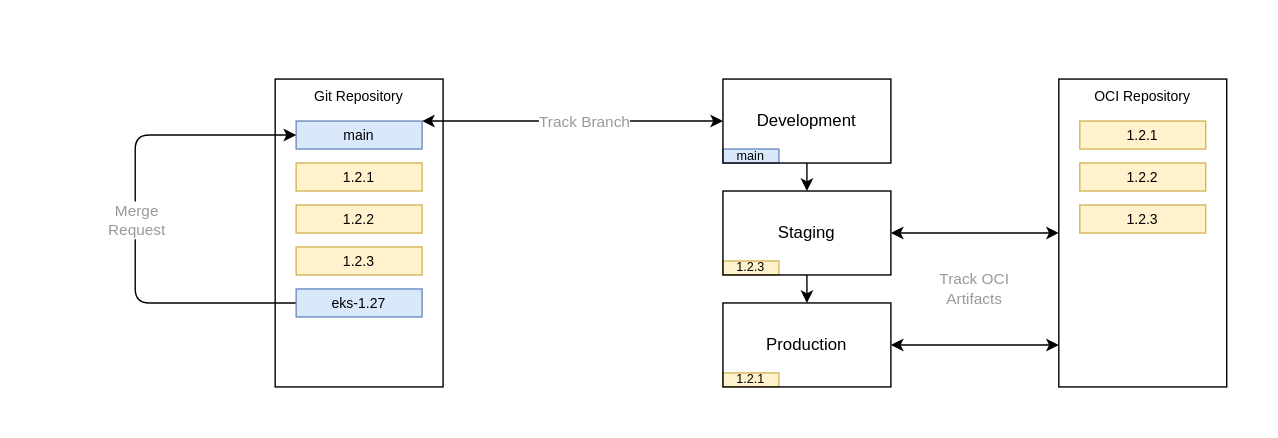
The draw.io diagram docs/images/change-promotion-platform-b.drawio.svg in danielloader/kubernetes-sdlc, before a commit. Source tidied: cells renumbered, new cells last; positions are measured from the earlier drawing's top-left corner, leaving out a move shared by most shapes.
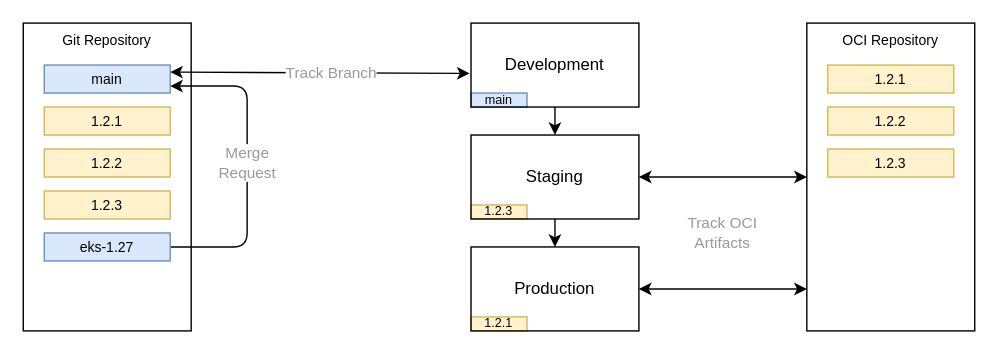
The same diagram one commit later.

Diff of the diagram source:
```diff
@@ -2,9 +2,6 @@
   <root>
     <mxCell id="0" />
     <mxCell id="1" parent="0" />
-    <mxCell id="2" style="rounded=0;whiteSpace=wrap;html=1;fillColor=none;strokeColor=none;" parent="1" vertex="1">
-      <mxGeometry width="880" height="280" as="geometry" />
-    </mxCell>
     <mxCell id="3" style="edgeStyle=none;html=1;" parent="1" edge="1" source="28" target="27">
       <mxGeometry relative="1" as="geometry" />
     </mxCell>
@@ -50,17 +47,17 @@
     <mxCell id="17" value="main" style="rounded=0;whiteSpace=wrap;html=1;fontSize=10;fillColor=#dae8fc;strokeColor=#6c8ebf;" parent="1" vertex="1">
       <mxGeometry x="195" y="70" width="90" height="20" as="geometry" />
     </mxCell>
-    <mxCell id="18" style="edgeStyle=orthogonalEdgeStyle;html=1;entryX=0;entryY=0.5;entryDx=0;entryDy=0;exitX=0;exitY=0.5;exitDx=0;exitDy=0;" parent="1" edge="1" source="20" target="17">
+    <mxCell id="18" style="edgeStyle=orthogonalEdgeStyle;html=1;entryX=1;entryY=0.75;entryDx=0;entryDy=0;exitX=1;exitY=0.5;exitDx=0;exitDy=0;" parent="1" edge="1" source="20" target="17">
       <mxGeometry relative="1" as="geometry">
         <Array as="points">
-          <mxPoint x="80" y="200" />
-          <mxPoint x="80" y="80" />
+          <mxPoint x="340" y="200" />
+          <mxPoint x="340" y="85" />
         </Array>
       </mxGeometry>
     </mxCell>
     <mxCell id="19" value="Merge&lt;br&gt;Request" style="edgeLabel;html=1;align=center;verticalAlign=middle;fontColor=#999999;" parent="18" vertex="1">
       <mxGeometry x="0.33" y="-1" relative="1" as="geometry">
-        <mxPoint x="-1" y="57" as="offset" />
+        <mxPoint x="-1" y="34" as="offset" />
       </mxGeometry>
     </mxCell>
     <mxCell id="20" value="eks-1.27" style="rounded=0;whiteSpace=wrap;html=1;fontSize=10;fillColor=#dae8fc;strokeColor=#6c8ebf;" parent="1" vertex="1">
@@ -72,7 +69,7 @@
     <mxCell id="22" value="Track OCI Artifacts" style="text;html=1;strokeColor=none;fillColor=none;align=center;verticalAlign=middle;whiteSpace=wrap;rounded=0;fontSize=11;fontColor=#999999;" parent="1" vertex="1">
       <mxGeometry x="650" y="170" width="60" height="40" as="geometry" />
     </mxCell>
-    <mxCell id="23" style="html=1;entryX=1;entryY=0;entryDx=0;entryDy=0;startArrow=classic;startFill=1;" parent="1" edge="1" source="28" target="17">
+    <mxCell id="23" style="html=1;entryX=1;entryY=0.25;entryDx=0;entryDy=0;startArrow=classic;startFill=1;exitX=-0.008;exitY=0.599;exitDx=0;exitDy=0;exitPerimeter=0;" parent="1" edge="1" source="28" target="17">
       <mxGeometry relative="1" as="geometry" />
     </mxCell>
     <mxCell id="24" value="&lt;span style=&quot;color: rgba(0, 0, 0, 0); font-family: monospace; font-size: 0px; text-align: start; background-color: rgb(251, 251, 251);&quot;&gt;%3CmxGraphModel%3E%3Croot%3E%3CmxCell%20id%3D%220%22%2F%3E%3CmxCell%20id%3D%221%22%20parent%3D%220%22%2F%3E%3CmxCell%20id%3D%222%22%20value%3D%22Track%20Upstream%20Git%20State%22%20style%3D%22edgeLabel%3Bhtml%3D1%3Balign%3Dcenter%3BverticalAlign%3Dmiddle%3Bresizable%3D0%3Bpoints%3D%5B%5D%3B%22%20vertex%3D%221%22%20connectable%3D%220%22%20parent%3D%221%22%3E%3CmxGeometry%20x%3D%22100.33233453709272%22%20y%3D%2269.82611094484582%22%20as%3D%22geometry%22%2F%3E%3C%2FmxCell%3E%3C%2Froot%3E%3C%2FmxGraphModel%3E&lt;/span&gt;" style="edgeLabel;html=1;align=center;verticalAlign=middle;" parent="23" vertex="1">
```
